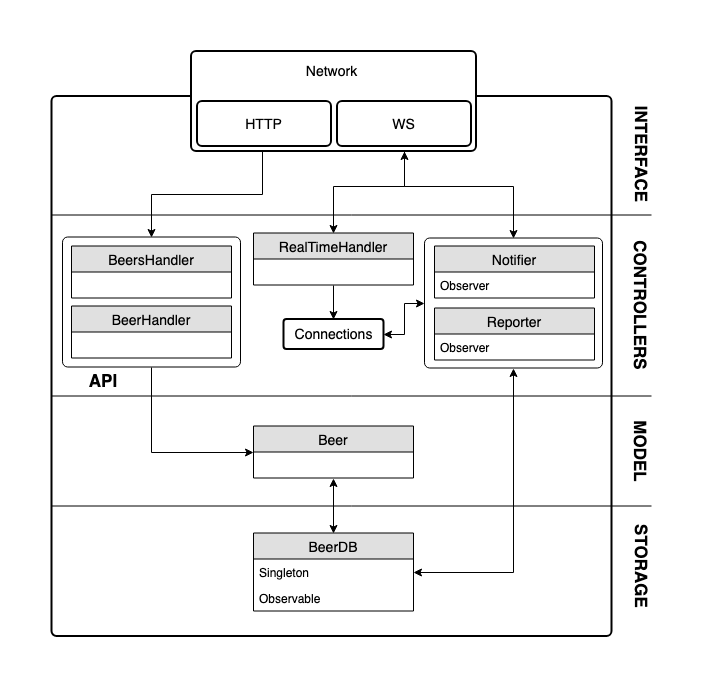
This is img/design.png from prgueza/altair-server, a draw.io export, as it was before one commit. Source tidied: cells renumbered, new cells last; positions are measured from the earlier drawing's top-left corner, leaving out a move shared by most shapes.
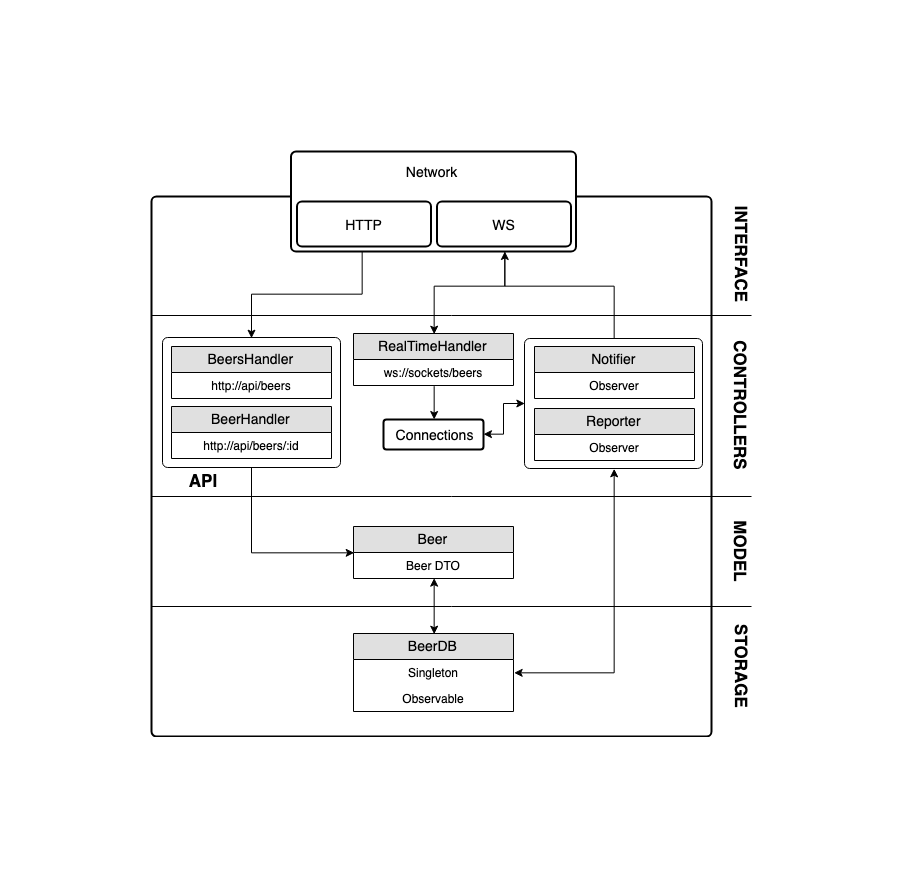
Later version of the same file.

Commit message:
Links in Readme.md and design img resize

Change to the diagram source:
```diff
@@ -17,16 +17,16 @@
     <mxCell id="6" value="BeerDB" style="swimlane;fontStyle=0;horizontal=1;startSize=26;fillColor=#e0e0e0;swimlaneFillColor=#ffffff;align=center;fontSize=14;" parent="2" vertex="1">
       <mxGeometry x="202" y="482" width="160" height="78" as="geometry" />
     </mxCell>
-    <mxCell id="7" value="Singleton" style="text;strokeColor=none;fillColor=none;spacingLeft=4;spacingRight=4;overflow=hidden;points=[[0,0.5],[1,0.5]];portConstraint=eastwest;fontSize=12;" parent="6" vertex="1">
+    <mxCell id="7" value="Singleton" style="text;strokeColor=none;fillColor=none;spacingLeft=4;spacingRight=4;overflow=hidden;points=[[0,0.5],[1,0.5]];portConstraint=eastwest;fontSize=12;align=center;" parent="6" vertex="1">
       <mxGeometry y="26" width="160" height="26" as="geometry" />
     </mxCell>
-    <mxCell id="8" value="Observable" style="text;strokeColor=none;fillColor=none;spacingLeft=4;spacingRight=4;overflow=hidden;fontSize=12;" parent="6" vertex="1">
+    <mxCell id="8" value="Observable" style="text;strokeColor=none;fillColor=none;spacingLeft=4;spacingRight=4;overflow=hidden;fontSize=12;align=center;" parent="6" vertex="1">
       <mxGeometry y="52" width="160" height="26" as="geometry" />
     </mxCell>
     <mxCell id="9" value="Notifier" style="swimlane;fontStyle=0;horizontal=1;startSize=26;fillColor=#e0e0e0;swimlaneFillColor=#ffffff;align=center;fontSize=14;" parent="2" vertex="1">
       <mxGeometry x="383" y="195" width="160" height="52" as="geometry" />
     </mxCell>
-    <mxCell id="10" value="Observer" style="text;strokeColor=none;fillColor=none;spacingLeft=4;spacingRight=4;overflow=hidden;fontSize=12;" parent="9" vertex="1">
+    <mxCell id="10" value="Observer" style="text;strokeColor=none;fillColor=none;spacingLeft=4;spacingRight=4;overflow=hidden;fontSize=12;align=center;" parent="9" vertex="1">
       <mxGeometry y="26" width="160" height="26" as="geometry" />
     </mxCell>
     <mxCell id="11" style="edgeStyle=orthogonalEdgeStyle;rounded=0;jettySize=auto;html=1;exitX=0;exitY=0.5;exitDx=0;exitDy=0;entryX=0.5;entryY=1;entryDx=0;entryDy=0;startArrow=classic;startFill=1;endArrow=none;endFill=0;" parent="2" edge="1" source="12" target="5">
@@ -35,90 +35,102 @@
     <mxCell id="12" value="Beer" style="swimlane;fontStyle=0;horizontal=1;startSize=26;fillColor=#e0e0e0;swimlaneFillColor=#ffffff;align=center;fontSize=14;" parent="2" vertex="1">
       <mxGeometry x="202" y="375" width="160" height="52" as="geometry" />
     </mxCell>
-    <mxCell id="13" style="edgeStyle=orthogonalEdgeStyle;rounded=0;jettySize=auto;html=1;exitX=0.5;exitY=0;exitDx=0;exitDy=0;entryX=0.5;entryY=1;entryDx=0;entryDy=0;startArrow=classic;startFill=1;" parent="2" edge="1" source="6" target="12">
-      <mxGeometry relative="1" as="geometry" />
+    <mxCell id="13" value="Beer DTO" style="text;strokeColor=none;fillColor=none;spacingLeft=4;spacingRight=4;overflow=hidden;fontSize=12;align=center;" parent="12" vertex="1">
+      <mxGeometry y="26" width="160" height="26" as="geometry" />
     </mxCell>
-    <mxCell id="14" value="Reporter" style="swimlane;fontStyle=0;horizontal=1;startSize=26;fillColor=#e0e0e0;swimlaneFillColor=#ffffff;align=center;fontSize=14;" parent="2" vertex="1">
-      <mxGeometry x="383" y="257" width="160" height="52" as="geometry" />
+    <mxCell id="14" style="edgeStyle=orthogonalEdgeStyle;rounded=0;jettySize=auto;html=1;exitX=0.5;exitY=0;exitDx=0;exitDy=0;entryX=0.5;entryY=1;entryDx=0;entryDy=0;startArrow=classic;startFill=1;" parent="2" edge="1" source="6" target="12">
+      <mxGeometry relative="1" as="geometry" />
     </mxCell>
-    <mxCell id="15" value="Observer" style="text;strokeColor=none;fillColor=none;spacingLeft=4;spacingRight=4;overflow=hidden;fontSize=12;" parent="14" vertex="1">
-      <mxGeometry y="26" width="160" height="26" as="geometry" />
+    <mxCell id="15" value="Reporter" style="swimlane;fontStyle=0;horizontal=1;startSize=26;fillColor=#e0e0e0;swimlaneFillColor=#ffffff;align=center;fontSize=14;" parent="2" vertex="1">
+      <mxGeometry x="383" y="257" width="160" height="52" as="geometry" />
     </mxCell>
-    <mxCell id="16" value="BeersHandler" style="swimlane;fontStyle=0;horizontal=1;startSize=26;fillColor=#e0e0e0;swimlaneFillColor=#ffffff;align=center;fontSize=14;" parent="2" vertex="1">
-      <mxGeometry x="20" y="195" width="160" height="52" as="geometry" />
+    <mxCell id="16" value="Observer" style="text;strokeColor=none;fillColor=none;spacingLeft=4;spacingRight=4;overflow=hidden;fontSize=12;align=center;" parent="15" vertex="1">
+      <mxGeometry y="26" width="160" height="26" as="geometry" />
     </mxCell>
-    <mxCell id="17" value="BeerHandler" style="swimlane;fontStyle=0;horizontal=1;startSize=26;fillColor=#e0e0e0;swimlaneFillColor=#ffffff;align=center;fontSize=14;" parent="2" vertex="1">
-      <mxGeometry x="20" y="255" width="160" height="52" as="geometry" />
+    <mxCell id="17" value="BeersHandler" style="swimlane;fontStyle=0;horizontal=1;startSize=26;fillColor=#e0e0e0;swimlaneFillColor=#ffffff;align=center;fontSize=14;" parent="2" vertex="1">
+      <mxGeometry x="20" y="195" width="160" height="52" as="geometry" />
     </mxCell>
-    <mxCell id="18" value="RealTimeHandler" style="swimlane;fontStyle=0;horizontal=1;startSize=26;fillColor=#e0e0e0;swimlaneFillColor=#ffffff;align=center;fontSize=14;" parent="2" vertex="1">
-      <mxGeometry x="202" y="182" width="160" height="52" as="geometry" />
+    <mxCell id="18" value="http://api/beers" style="text;strokeColor=none;fillColor=none;spacingLeft=4;spacingRight=4;overflow=hidden;points=[[0,0.5],[1,0.5]];portConstraint=eastwest;fontSize=12;align=center;" parent="17" vertex="1">
+      <mxGeometry y="26" width="160" height="26" as="geometry" />
     </mxCell>
-    <mxCell id="19" style="rounded=1;absoluteArcSize=1;html=1;strokeWidth=2;arcSize=10;fontSize=14;" parent="2" vertex="1">
-      <mxGeometry x="139.5" width="285" height="100" as="geometry" />
+    <mxCell id="19" value="BeerHandler" style="swimlane;fontStyle=0;horizontal=1;startSize=26;fillColor=#e0e0e0;swimlaneFillColor=#ffffff;align=center;fontSize=14;" parent="2" vertex="1">
+      <mxGeometry x="20" y="255" width="160" height="52" as="geometry" />
     </mxCell>
-    <mxCell id="20" value="Network" style="html=1;strokeWidth=2;shape=mxgraph.er.anchor;fontSize=14;whiteSpace=wrap;" parent="19" vertex="1">
-      <mxGeometry width="280" height="40" as="geometry" />
+    <mxCell id="20" value="http://api/beers/:id" style="text;strokeColor=none;fillColor=none;spacingLeft=4;spacingRight=4;overflow=hidden;fontSize=12;align=center;" parent="19" vertex="1">
+      <mxGeometry y="26" width="160" height="26" as="geometry" />
     </mxCell>
-    <mxCell id="21" value="HTTP" style="rounded=1;absoluteArcSize=1;html=1;strokeWidth=2;arcSize=10;fontSize=14;whiteSpace=wrap;points=[];strokeColor=inherit;fillColor=inherit;" parent="19" vertex="1">
-      <mxGeometry x="6" y="50" width="134" height="45" as="geometry" />
+    <mxCell id="21" value="RealTimeHandler" style="swimlane;fontStyle=0;horizontal=1;startSize=26;fillColor=#e0e0e0;swimlaneFillColor=#ffffff;align=center;fontSize=14;" parent="2" vertex="1">
+      <mxGeometry x="202" y="182" width="160" height="52" as="geometry" />
     </mxCell>
-    <mxCell id="22" value="WS" style="rounded=1;absoluteArcSize=1;html=1;strokeWidth=2;arcSize=10;fontSize=14;whiteSpace=wrap;strokeColor=inherit;fillColor=inherit;" parent="19" vertex="1">
-      <mxGeometry x="146" y="50" width="134" height="45" as="geometry" />
+    <mxCell id="22" value="ws://sockets/beers" style="text;strokeColor=none;fillColor=none;spacingLeft=4;spacingRight=4;overflow=hidden;fontSize=12;align=center;" parent="21" vertex="1">
+      <mxGeometry y="26" width="160" height="26" as="geometry" />
     </mxCell>
-    <mxCell id="23" style="edgeStyle=orthogonalEdgeStyle;rounded=0;jettySize=auto;html=1;exitX=0.5;exitY=0;exitDx=0;exitDy=0;entryX=0.75;entryY=1;entryDx=0;entryDy=0;startArrow=classic;startFill=1;endArrow=classic;endFill=1;" parent="2" edge="1" source="4" target="19">
-      <mxGeometry relative="1" as="geometry">
-        <Array as="points">
-          <mxPoint x="462" y="135" />
-          <mxPoint x="353" y="135" />
-        </Array>
-      </mxGeometry>
+    <mxCell id="23" style="rounded=1;absoluteArcSize=1;html=1;strokeWidth=2;arcSize=10;fontSize=14;" parent="2" vertex="1">
+      <mxGeometry x="139.5" width="285" height="100" as="geometry" />
     </mxCell>
-    <mxCell id="24" style="edgeStyle=orthogonalEdgeStyle;rounded=0;jettySize=auto;html=1;exitX=0.5;exitY=0;exitDx=0;exitDy=0;entryX=0.25;entryY=1;entryDx=0;entryDy=0;startArrow=classic;startFill=1;endArrow=none;endFill=0;" parent="2" edge="1" source="5" target="19">
-      <mxGeometry relative="1" as="geometry" />
+    <mxCell id="24" value="Network" style="html=1;strokeWidth=2;shape=mxgraph.er.anchor;fontSize=14;whiteSpace=wrap;" parent="23" vertex="1">
+      <mxGeometry width="280" height="40" as="geometry" />
     </mxCell>
-    <mxCell id="25" style="edgeStyle=orthogonalEdgeStyle;rounded=0;jettySize=auto;html=1;exitX=0.5;exitY=0;exitDx=0;exitDy=0;entryX=0.75;entryY=1;entryDx=0;entryDy=0;startArrow=classic;startFill=1;endArrow=none;endFill=0;" parent="2" edge="1" source="18" target="19">
-      <mxGeometry relative="1" as="geometry">
-        <Array as="points">
-          <mxPoint x="282" y="135" />
-          <mxPoint x="353" y="135" />
-        </Array>
-      </mxGeometry>
+    <mxCell id="25" value="HTTP" style="rounded=1;absoluteArcSize=1;html=1;strokeWidth=2;arcSize=10;fontSize=14;whiteSpace=wrap;strokeColor=inherit;fillColor=inherit;" parent="23" vertex="1">
+      <mxGeometry x="6" y="50" width="134" height="45" as="geometry" />
     </mxCell>
-    <mxCell id="26" style="line;strokeWidth=1;fillColor=none;align=left;verticalAlign=middle;spacingTop=-1;spacingLeft=3;spacingRight=3;labelPosition=right;fontSize=12;" parent="2" vertex="1">
-      <mxGeometry y="341" width="600" height="8" as="geometry" />
+    <mxCell id="26" value="WS" style="rounded=1;absoluteArcSize=1;html=1;strokeWidth=2;arcSize=10;fontSize=14;whiteSpace=wrap;strokeColor=inherit;fillColor=inherit;" parent="23" vertex="1">
+      <mxGeometry x="146" y="50" width="134" height="45" as="geometry" />
     </mxCell>
-    <mxCell id="27" style="line;strokeWidth=1;fillColor=none;align=left;verticalAlign=middle;spacingTop=-1;spacingLeft=3;spacingRight=3;labelPosition=right;fontSize=12;" parent="2" vertex="1">
-      <mxGeometry y="451" width="600" height="8" as="geometry" />
+    <mxCell id="27" style="edgeStyle=orthogonalEdgeStyle;rounded=0;jettySize=auto;html=1;exitX=0.5;exitY=0;exitDx=0;exitDy=0;entryX=0.75;entryY=1;entryDx=0;entryDy=0;startArrow=none;startFill=0;endArrow=classic;endFill=1;" parent="2" edge="1" source="4" target="23">
+      <mxGeometry relative="1" as="geometry">
+        <Array as="points">
+          <mxPoint x="462" y="135" />
+          <mxPoint x="353" y="135" />
+        </Array>
+      </mxGeometry>
     </mxCell>
-    <mxCell id="28" style="line;strokeWidth=1;fillColor=none;align=left;verticalAlign=middle;spacingTop=-1;spacingLeft=3;spacingRight=3;labelPosition=right;fontSize=12;" parent="2" vertex="1">
-      <mxGeometry y="160" width="600" height="8" as="geometry" />
+    <mxCell id="28" style="edgeStyle=orthogonalEdgeStyle;rounded=0;jettySize=auto;html=1;exitX=0.5;exitY=0;exitDx=0;exitDy=0;entryX=0.25;entryY=1;entryDx=0;entryDy=0;startArrow=classic;startFill=1;endArrow=none;endFill=0;" parent="2" edge="1" source="5" target="23">
+      <mxGeometry relative="1" as="geometry" />
     </mxCell>
-    <mxCell id="29" value="&lt;font style=&quot;font-size: 17px&quot;&gt;&lt;b&gt;MODEL&lt;/b&gt;&lt;/font&gt;" style="text;html=1;strokeColor=none;fillColor=none;align=center;verticalAlign=middle;whiteSpace=wrap;rounded=0;direction=west;rotation=90;" parent="2" vertex="1">
-      <mxGeometry x="570" y="390" width="40" height="20" as="geometry" />
+    <mxCell id="29" style="edgeStyle=orthogonalEdgeStyle;rounded=0;jettySize=auto;html=1;exitX=0.5;exitY=0;exitDx=0;exitDy=0;entryX=0.75;entryY=1;entryDx=0;entryDy=0;startArrow=classic;startFill=1;endArrow=none;endFill=0;" parent="2" edge="1" source="21" target="23">
+      <mxGeometry relative="1" as="geometry">
+        <Array as="points">
+          <mxPoint x="282" y="135" />
+          <mxPoint x="353" y="135" />
+        </Array>
+      </mxGeometry>
     </mxCell>
-    <mxCell id="30" value="&lt;font style=&quot;font-size: 17px&quot;&gt;&lt;b&gt;CONTROLLERS&lt;/b&gt;&lt;/font&gt;" style="text;html=1;strokeColor=none;fillColor=none;align=center;verticalAlign=middle;whiteSpace=wrap;rounded=0;direction=west;rotation=90;" parent="2" vertex="1">
-      <mxGeometry x="570" y="244" width="40" height="20" as="geometry" />
+    <mxCell id="30" style="line;strokeWidth=1;fillColor=none;align=left;verticalAlign=middle;spacingTop=-1;spacingLeft=3;spacingRight=3;labelPosition=right;fontSize=12;" parent="2" vertex="1">
+      <mxGeometry y="341" width="600" height="8" as="geometry" />
     </mxCell>
-    <mxCell id="31" value="&lt;span style=&quot;font-size: 17px&quot;&gt;&lt;b&gt;STORAGE&lt;/b&gt;&lt;/span&gt;" style="text;html=1;strokeColor=none;fillColor=none;align=center;verticalAlign=middle;whiteSpace=wrap;rounded=0;direction=west;rotation=90;" parent="2" vertex="1">
-      <mxGeometry x="570" y="504" width="40" height="20" as="geometry" />
+    <mxCell id="31" style="line;strokeWidth=1;fillColor=none;align=left;verticalAlign=middle;spacingTop=-1;spacingLeft=3;spacingRight=3;labelPosition=right;fontSize=12;" parent="2" vertex="1">
+      <mxGeometry y="451" width="600" height="8" as="geometry" />
     </mxCell>
-    <mxCell id="32" value="&lt;font style=&quot;font-size: 17px&quot;&gt;&lt;b&gt;INTERFACE&lt;/b&gt;&lt;/font&gt;" style="text;html=1;strokeColor=none;fillColor=none;align=center;verticalAlign=middle;whiteSpace=wrap;rounded=0;direction=west;rotation=90;" parent="2" vertex="1">
-      <mxGeometry x="570" y="93" width="40" height="20" as="geometry" />
+    <mxCell id="32" style="line;strokeWidth=1;fillColor=none;align=left;verticalAlign=middle;spacingTop=-1;spacingLeft=3;spacingRight=3;labelPosition=right;fontSize=12;" parent="2" vertex="1">
+      <mxGeometry y="160" width="600" height="8" as="geometry" />
     </mxCell>
-    <mxCell id="33" style="edgeStyle=orthogonalEdgeStyle;rounded=0;jettySize=auto;html=1;exitX=1;exitY=0.5;exitDx=0;exitDy=0;entryX=0;entryY=0.5;entryDx=0;entryDy=0;startArrow=classic;startFill=1;endArrow=classic;endFill=1;" parent="2" edge="1" source="34" target="4">
-      <mxGeometry relative="1" as="geometry" />
+    <mxCell id="33" value="&lt;font style=&quot;font-size: 17px&quot;&gt;&lt;b&gt;MODEL&lt;/b&gt;&lt;/font&gt;" style="text;html=1;strokeColor=none;fillColor=none;align=center;verticalAlign=middle;whiteSpace=wrap;rounded=0;direction=west;rotation=90;" parent="2" vertex="1">
+      <mxGeometry x="570" y="390" width="40" height="20" as="geometry" />
     </mxCell>
-    <mxCell id="34" value="Connections" style="strokeWidth=2;rounded=1;arcSize=10;whiteSpace=wrap;html=1;align=center;fontSize=14;" parent="2" vertex="1">
-      <mxGeometry x="232" y="268" width="100" height="30" as="geometry" />
+    <mxCell id="34" value="&lt;font style=&quot;font-size: 17px&quot;&gt;&lt;b&gt;CONTROLLERS&lt;/b&gt;&lt;/font&gt;" style="text;html=1;strokeColor=none;fillColor=none;align=center;verticalAlign=middle;whiteSpace=wrap;rounded=0;direction=west;rotation=90;" parent="2" vertex="1">
+      <mxGeometry x="570" y="244" width="40" height="20" as="geometry" />
     </mxCell>
-    <mxCell id="35" value="&lt;font style=&quot;font-size: 17px&quot;&gt;&lt;b&gt;API&lt;/b&gt;&lt;/font&gt;" style="text;html=1;strokeColor=none;fillColor=none;align=center;verticalAlign=middle;whiteSpace=wrap;rounded=0;direction=east;rotation=0;" parent="2" vertex="1">
-      <mxGeometry x="31" y="319" width="40" height="20" as="geometry" />
+    <mxCell id="35" value="&lt;span style=&quot;font-size: 17px&quot;&gt;&lt;b&gt;STORAGE&lt;/b&gt;&lt;/span&gt;" style="text;html=1;strokeColor=none;fillColor=none;align=center;verticalAlign=middle;whiteSpace=wrap;rounded=0;direction=west;rotation=90;" parent="2" vertex="1">
+      <mxGeometry x="570" y="504" width="40" height="20" as="geometry" />
     </mxCell>
-    <mxCell id="36" style="edgeStyle=orthogonalEdgeStyle;rounded=0;jettySize=auto;html=1;exitX=0.5;exitY=1;exitDx=0;exitDy=0;entryX=0.5;entryY=0;entryDx=0;entryDy=0;startArrow=none;startFill=0;endArrow=classic;endFill=1;" parent="2" edge="1" source="18" target="34">
-      <mxGeometry relative="1" as="geometry" />
+    <mxCell id="36" value="&lt;font style=&quot;font-size: 17px&quot;&gt;&lt;b&gt;INTERFACE&lt;/b&gt;&lt;/font&gt;" style="text;html=1;strokeColor=none;fillColor=none;align=center;verticalAlign=middle;whiteSpace=wrap;rounded=0;direction=west;rotation=90;" parent="2" vertex="1">
+      <mxGeometry x="570" y="93" width="40" height="20" as="geometry" />
     </mxCell>
-    <mxCell id="37" style="edgeStyle=orthogonalEdgeStyle;rounded=0;jettySize=auto;html=1;exitX=1;exitY=0.5;exitDx=0;exitDy=0;entryX=0.5;entryY=1;entryDx=0;entryDy=0;startArrow=classic;startFill=1;endArrow=classic;endFill=1;" parent="2" edge="1" source="7" target="4">
+    <mxCell id="37" style="edgeStyle=orthogonalEdgeStyle;rounded=0;jettySize=auto;html=1;exitX=1;exitY=0.5;exitDx=0;exitDy=0;entryX=0;entryY=0.5;entryDx=0;entryDy=0;startArrow=classic;startFill=1;endArrow=classic;endFill=1;" parent="2" edge="1" source="38" target="4">
       <mxGeometry relative="1" as="geometry" />
     </mxCell>
+    <mxCell id="38" value="Connections" style="strokeWidth=2;rounded=1;arcSize=10;whiteSpace=wrap;html=1;align=center;fontSize=14;" parent="2" vertex="1">
+      <mxGeometry x="232" y="268" width="100" height="30" as="geometry" />
+    </mxCell>
+    <mxCell id="39" value="&lt;font style=&quot;font-size: 17px&quot;&gt;&lt;b&gt;API&lt;/b&gt;&lt;/font&gt;" style="text;html=1;strokeColor=none;fillColor=none;align=center;verticalAlign=middle;whiteSpace=wrap;rounded=0;direction=east;rotation=0;" parent="2" vertex="1">
+      <mxGeometry x="31" y="319" width="40" height="20" as="geometry" />
+    </mxCell>
+    <mxCell id="40" style="edgeStyle=orthogonalEdgeStyle;rounded=0;jettySize=auto;html=1;exitX=0.5;exitY=1;exitDx=0;exitDy=0;entryX=0.5;entryY=0;entryDx=0;entryDy=0;startArrow=none;startFill=0;endArrow=classic;endFill=1;" parent="2" edge="1" source="21" target="38">
+      <mxGeometry relative="1" as="geometry" />
+    </mxCell>
+    <mxCell id="41" style="edgeStyle=orthogonalEdgeStyle;rounded=0;jettySize=auto;html=1;exitX=1;exitY=0.5;exitDx=0;exitDy=0;entryX=0.5;entryY=1;entryDx=0;entryDy=0;startArrow=classic;startFill=1;endArrow=classic;endFill=1;" parent="2" edge="1" source="7" target="4">
+      <mxGeometry relative="1" as="geometry" />
+    </mxCell>
   </root>
 </mxGraphModel>
```
